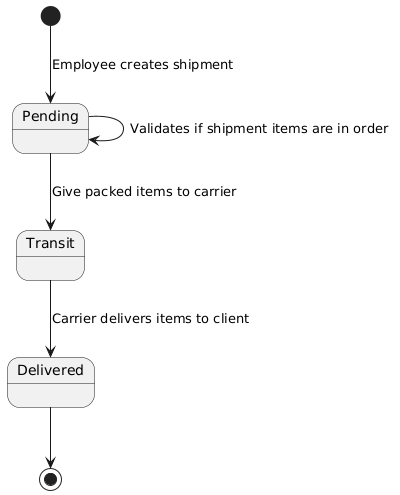
The PlantUML diagram docs/UML/shipment-state-diagram.png in ahmetDev7/projecthr, before a commit.
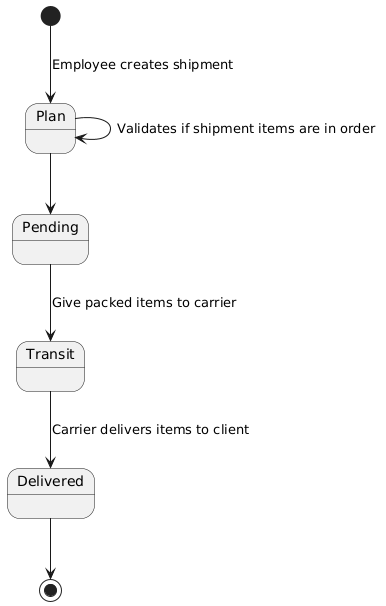
Later version of the same file.

Commit message:
docs(StateDiagram): update shipment and order state diagrams inline with code with images

The edit, as a diff of the source:
```diff
@@ -1,12 +1,13 @@
 @startuml
-[*] --> Pending : Employee creates shipment
+[*] --> Plan: Employee creates shipment
 
+state "Plan" as Plan
 state "Pending" as Pending
 state "Transit" as Transit
 state "Delivered" as Delivered
 
-
-Pending --> Pending : Validates if shipment items are in order
+Plan--> Plan: Validates if shipment items are in order
+Plan --> Pending
 Pending --> Transit : Give packed items to carrier
 Transit --> Delivered : Carrier delivers items to client
 Delivered --> [*]
```
